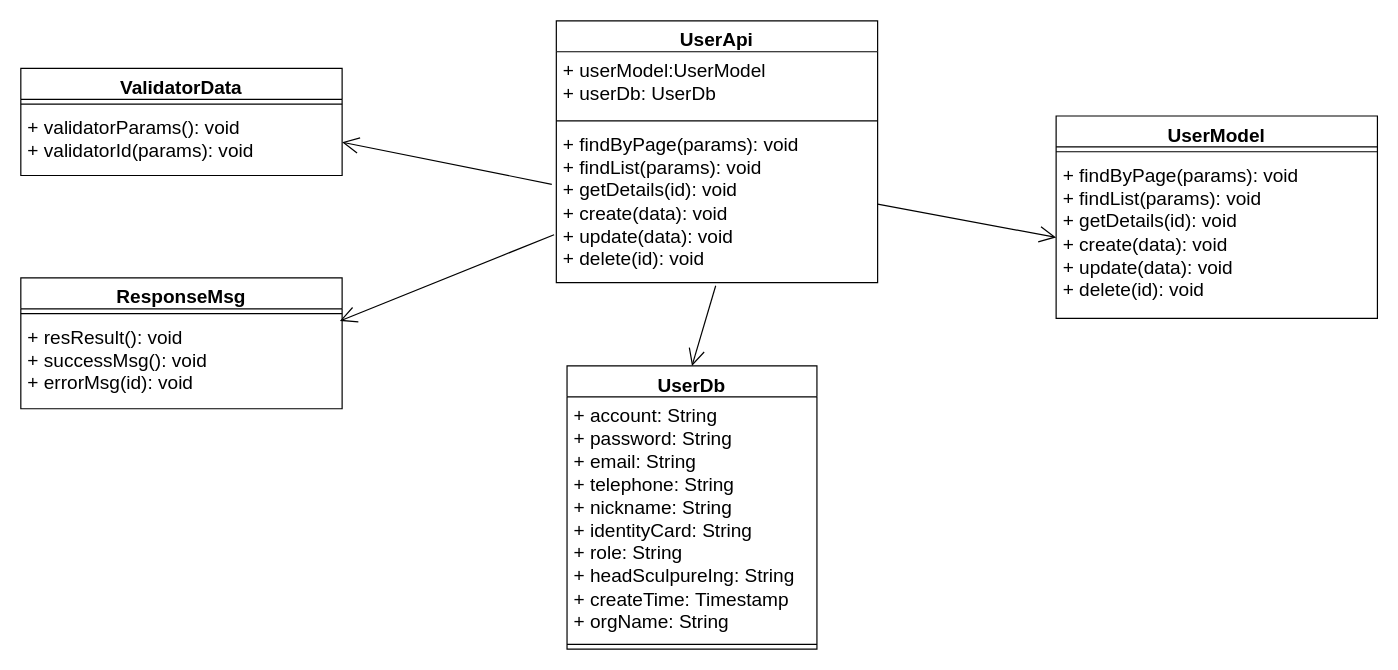
yuxinyu12345/diagrams keeps this draw.io diagram as 第五章/用户管理类图.drawio. Above is the earlier version. Source tidied: cells renumbered, new cells numbered last; positions are measured from the earlier drawing's top-left corner, leaving out a move shared by most shapes. Both pictures are drawn from the tidied source at 119%, with x=0, y=0 at pixel (20, 20).
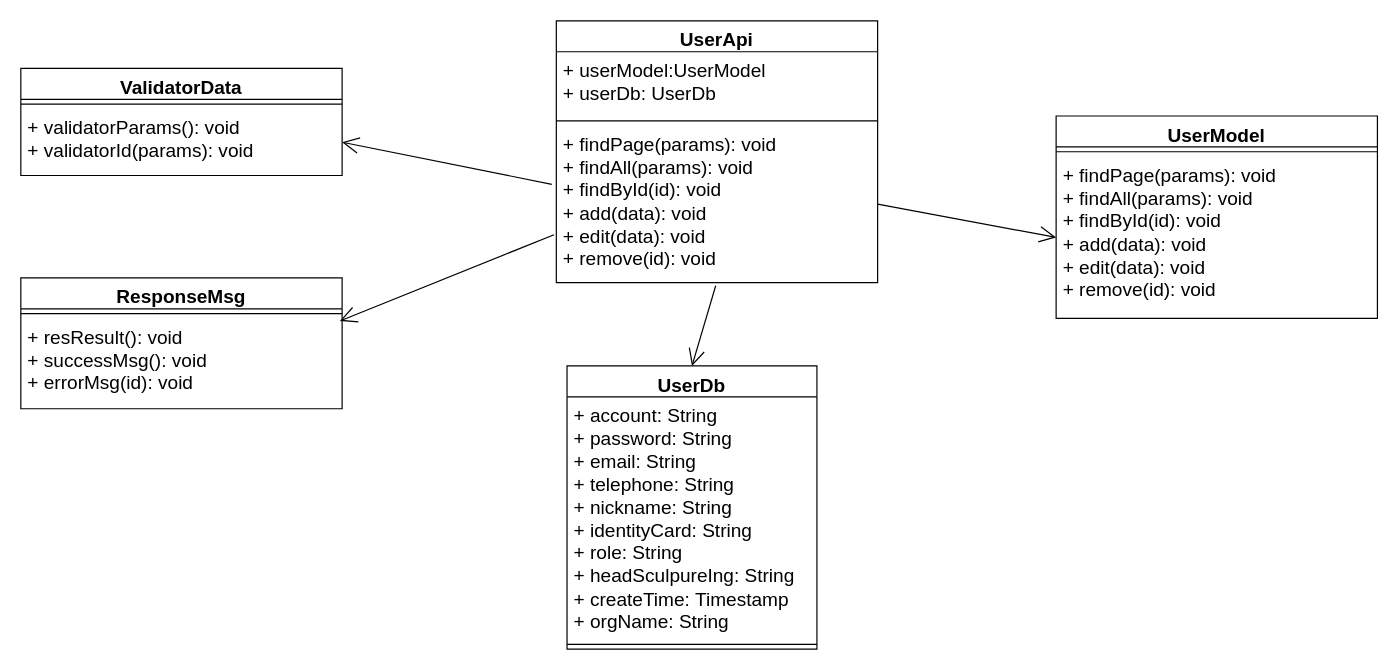
After the change.

Commit message:
更新用户管理类图.drawio

Unchanged cells that the change refers to:
```xml
<mxCell id="2" value="UserApi" style="swimlane;fontStyle=1;align=center;verticalAlign=top;horizontal=1;startSize=26;whiteSpace=wrap;html=1;fontSize=16;" parent="1" vertex="1">
  <mxGeometry x="450" width="270" height="220" as="geometry" />
</mxCell>
<mxCell id="6" value="UserModel" style="swimlane;fontStyle=1;align=center;verticalAlign=top;horizontal=1;startSize=26;whiteSpace=wrap;html=1;fontSize=16;" parent="1" vertex="1">
  <mxGeometry x="870" y="80" width="270" height="170" as="geometry" />
</mxCell>
```

Diff of the diagram source:
```diff
@@
-    <mxCell id="5" value="+ findByPage(params): void&lt;br style=&quot;font-size: 16px;&quot;&gt;+ findList(params): void&lt;br style=&quot;font-size: 16px;&quot;&gt;+ getDetails(id): void&lt;br style=&quot;font-size: 16px;&quot;&gt;+ create(data): void&lt;br style=&quot;font-size: 16px;&quot;&gt;+ update(data): void&lt;br style=&quot;font-size: 16px;&quot;&gt;+ delete(id): void" style="text;strokeColor=none;fillColor=none;align=left;verticalAlign=top;spacingLeft=4;spacingRight=4;overflow=hidden;points=[[0,0.5],[1,0.5]];portConstraint=eastwest;whiteSpace=wrap;html=1;fontSize=16;" parent="2" vertex="1">
+    <mxCell id="5" value="+ findPage(params): void&lt;br style=&quot;font-size: 16px;&quot;&gt;+ findAll(params): void&lt;br style=&quot;font-size: 16px;&quot;&gt;+ findById(id): void&lt;br style=&quot;font-size: 16px;&quot;&gt;+ add(data): void&lt;br style=&quot;font-size: 16px;&quot;&gt;+ edit(data): void&lt;br style=&quot;font-size: 16px;&quot;&gt;+ remove(id): void" style="text;strokeColor=none;fillColor=none;align=left;verticalAlign=top;spacingLeft=4;spacingRight=4;overflow=hidden;points=[[0,0.5],[1,0.5]];portConstraint=eastwest;whiteSpace=wrap;html=1;fontSize=16;" parent="2" vertex="1">
       <mxGeometry y="88" width="270" height="132" as="geometry" />
     </mxCell>
@@
-    <mxCell id="8" value="+ findByPage(params): void&lt;br style=&quot;font-size: 16px;&quot;&gt;+ findList(params): void&lt;br style=&quot;font-size: 16px;&quot;&gt;+ getDetails(id): void&lt;br style=&quot;font-size: 16px;&quot;&gt;+ create(data): void&lt;br style=&quot;font-size: 16px;&quot;&gt;+ update(data): void&lt;br style=&quot;font-size: 16px;&quot;&gt;+ delete(id): void" style="text;strokeColor=none;fillColor=none;align=left;verticalAlign=top;spacingLeft=4;spacingRight=4;overflow=hidden;points=[[0,0.5],[1,0.5]];portConstraint=eastwest;whiteSpace=wrap;html=1;fontSize=16;" parent="6" vertex="1">
+    <mxCell id="8" value="+ findPage(params): void&lt;br style=&quot;font-size: 16px;&quot;&gt;+ findAll(params): void&lt;br style=&quot;font-size: 16px;&quot;&gt;+ findById(id): void&lt;br style=&quot;font-size: 16px;&quot;&gt;+ add(data): void&lt;br style=&quot;font-size: 16px;&quot;&gt;+ edit(data): void&lt;br style=&quot;font-size: 16px;&quot;&gt;+ remove(id): void" style="text;strokeColor=none;fillColor=none;align=left;verticalAlign=top;spacingLeft=4;spacingRight=4;overflow=hidden;points=[[0,0.5],[1,0.5]];portConstraint=eastwest;whiteSpace=wrap;html=1;fontSize=16;" parent="6" vertex="1">
       <mxGeometry y="34" width="270" height="136" as="geometry" />
     </mxCell>
```
